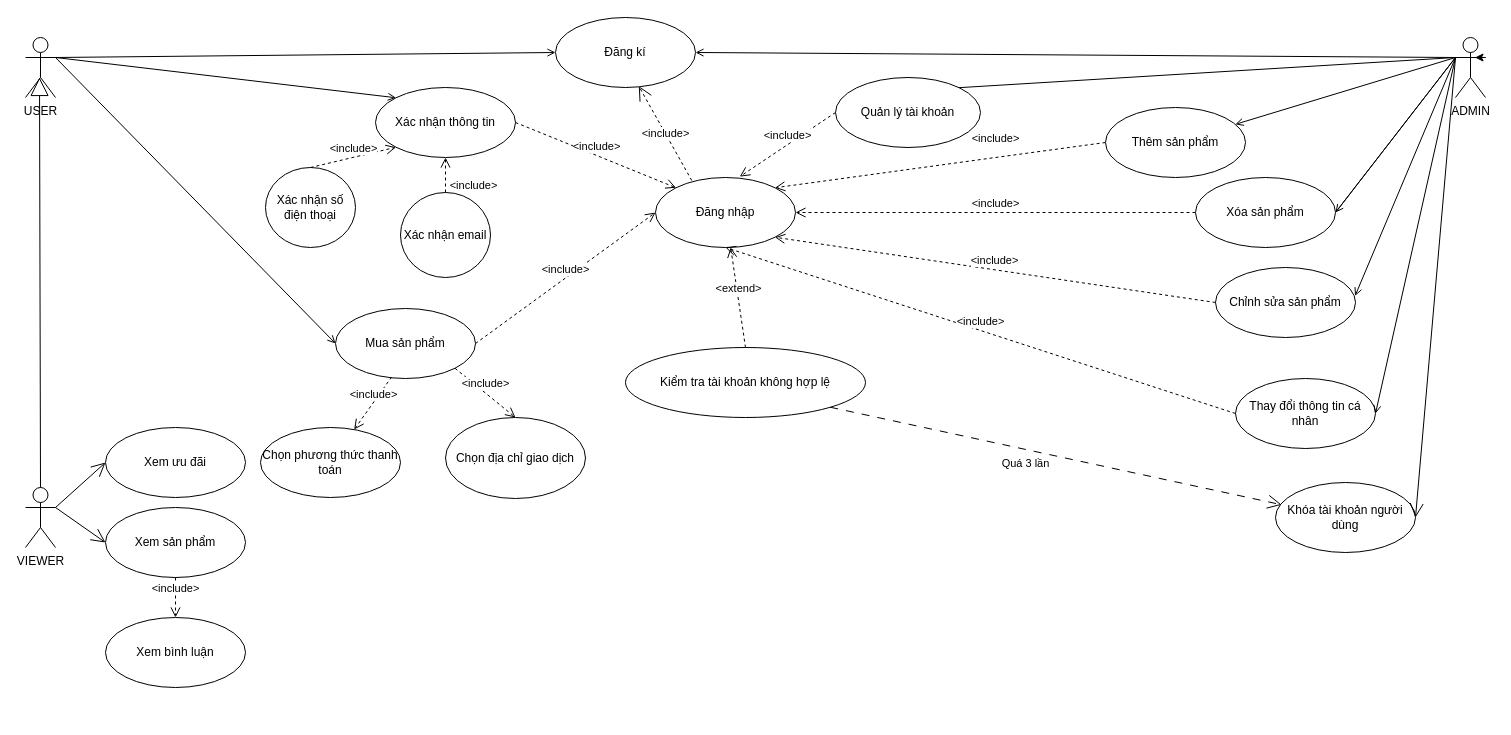
Earlier version of the draw.io diagram USECASE.drawio (LeeTaDa/LeTatDat). Source tidied: cells renumbered, new cells numbered last; positions are measured from the earlier drawing's top-left corner, leaving out a move shared by most shapes. Both pictures are drawn from the tidied source at 100%, with x=0, y=0 at pixel (25, 17).
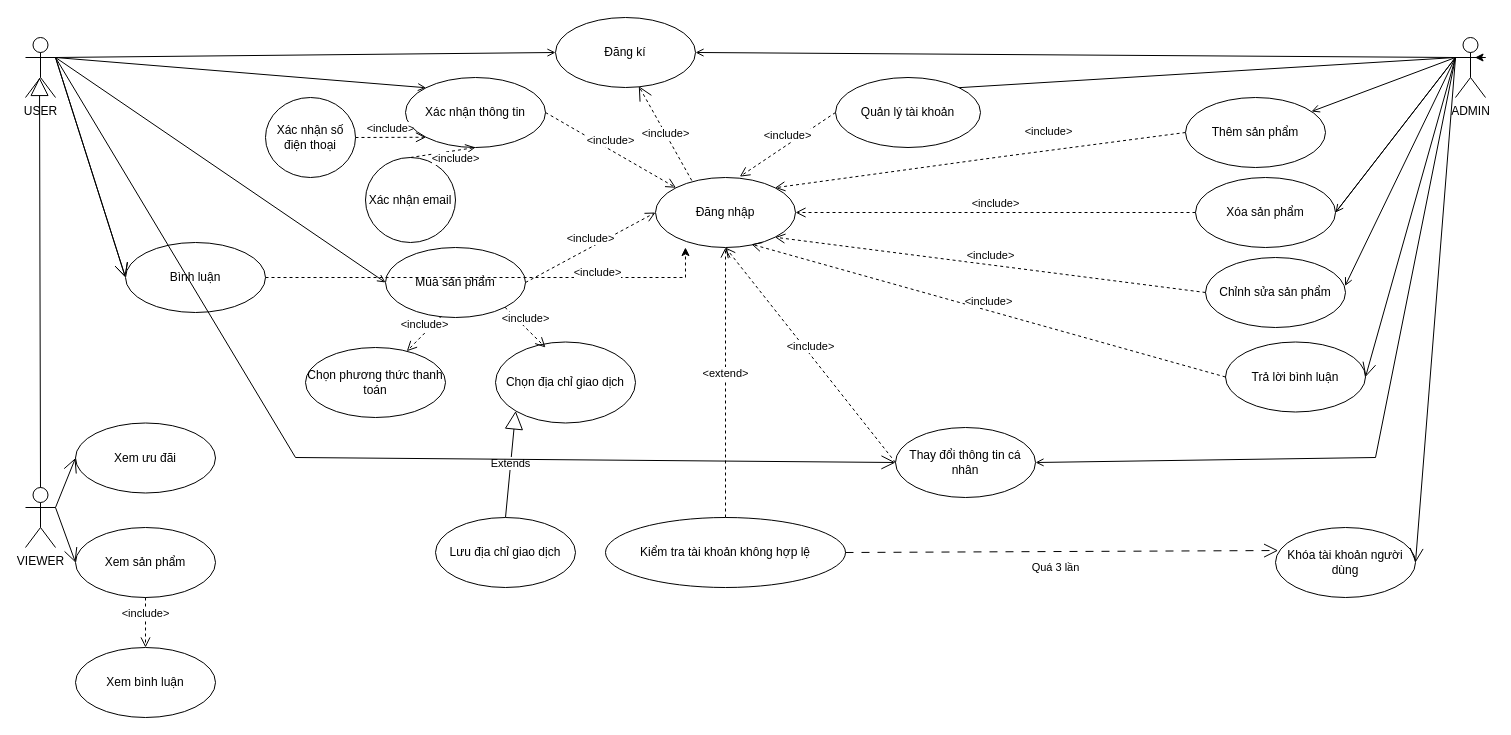
After the change.

The change refers to these unchanged cells:
```xml
<mxCell id="2" value="USER&lt;div&gt;&lt;br&gt;&lt;/div&gt;" style="shape=umlActor;verticalLabelPosition=bottom;verticalAlign=top;html=1;" parent="1" vertex="1">
  <mxGeometry y="20" width="30" height="60" as="geometry" />
</mxCell>
<mxCell id="6" value="ADMIN&lt;div&gt;&lt;br&gt;&lt;/div&gt;" style="shape=umlActor;verticalLabelPosition=bottom;verticalAlign=top;html=1;" parent="1" vertex="1">
  <mxGeometry x="1430" y="20" width="30" height="60" as="geometry" />
</mxCell>
<mxCell id="20" value="Đăng nhập" style="ellipse;whiteSpace=wrap;html=1;" parent="1" vertex="1">
  <mxGeometry x="630" y="160" width="140" height="70" as="geometry" />
</mxCell>
```

What changed in the source:
```diff
@@
     <mxCell id="4" value="Thay đổi thông tin cá nhân" style="ellipse;whiteSpace=wrap;html=1;" parent="1" vertex="1">
-      <mxGeometry x="1210" y="361" width="140" height="70" as="geometry" />
+      <mxGeometry x="870" y="410" width="140" height="70" as="geometry" />
     </mxCell>
     <mxCell id="5" value="Mua sản phẩm" style="ellipse;whiteSpace=wrap;html=1;" parent="1" vertex="1">
-      <mxGeometry x="310" y="291" width="140" height="70" as="geometry" />
+      <mxGeometry x="360" y="230" width="140" height="70" as="geometry" />
     </mxCell>
@@
     <mxCell id="10" style="endArrow=none;html=1;rounded=0;exitX=1;exitY=0.5;exitDx=0;exitDy=0;entryX=0;entryY=0.3333333333333333;entryDx=0;entryDy=0;entryPerimeter=0;startArrow=open;startFill=0;" parent="1" edge="1" source="4" target="6">
-      <mxGeometry relative="1" as="geometry" />
+      <mxGeometry relative="1" as="geometry">
+        <Array as="points">
+          <mxPoint x="1350" y="440" />
+        </Array>
+      </mxGeometry>
     </mxCell>
@@
     <mxCell id="12" value="Chỉnh sửa sản phẩm" style="ellipse;whiteSpace=wrap;html=1;" parent="1" vertex="1">
-      <mxGeometry x="1190" y="250" width="140" height="70" as="geometry" />
+      <mxGeometry x="1180" y="240" width="140" height="70" as="geometry" />
     </mxCell>
@@
     <mxCell id="19" value="Kiểm tra tài khoản không hợp lệ" style="ellipse;whiteSpace=wrap;html=1;" parent="1" vertex="1">
-      <mxGeometry x="600" y="330" width="240" height="70" as="geometry" />
+      <mxGeometry x="580" y="500" width="240" height="70" as="geometry" />
     </mxCell>
@@
     <mxCell id="30" value="Thêm sản phẩm" style="ellipse;whiteSpace=wrap;html=1;" parent="1" vertex="1">
-      <mxGeometry x="1080" y="90" width="140" height="70" as="geometry" />
+      <mxGeometry x="1160" y="80" width="140" height="70" as="geometry" />
     </mxCell>
@@
     <mxCell id="32" value="Xác nhận thông tin" style="ellipse;whiteSpace=wrap;html=1;" parent="1" vertex="1">
-      <mxGeometry x="350" y="70" width="140" height="70" as="geometry" />
+      <mxGeometry x="380" y="60" width="140" height="70" as="geometry" />
     </mxCell>
@@
     <mxCell id="34" value="Chọn&lt;span style=&quot;background-color: initial;&quot;&gt;&amp;nbsp;địa chỉ giao dịch&lt;/span&gt;" style="ellipse;whiteSpace=wrap;html=1;" parent="1" vertex="1">
-      <mxGeometry x="420" y="400" width="140" height="81" as="geometry" />
+      <mxGeometry x="470" y="324.5" width="140" height="81" as="geometry" />
     </mxCell>
     <mxCell id="35" value="Xác nhận số điện thoại" style="ellipse;whiteSpace=wrap;html=1;" parent="1" vertex="1">
-      <mxGeometry x="240" y="150" width="90" height="80" as="geometry" />
+      <mxGeometry x="240" y="80" width="90" height="80" as="geometry" />
     </mxCell>
     <mxCell id="36" value="Xác nhận email" style="ellipse;whiteSpace=wrap;html=1;" parent="1" vertex="1">
-      <mxGeometry x="375" y="175" width="90" height="85" as="geometry" />
+      <mxGeometry x="340" y="140" width="90" height="85" as="geometry" />
     </mxCell>
-    <mxCell id="37" value="&amp;lt;include&amp;gt;" style="html=1;verticalAlign=bottom;endArrow=open;dashed=1;endSize=8;curved=0;rounded=0;exitX=0.5;exitY=0;exitDx=0;exitDy=0;entryX=0;entryY=1;entryDx=0;entryDy=0;" parent="1" edge="1" source="35" target="32">
+    <mxCell id="37" value="&amp;lt;include&amp;gt;" style="html=1;verticalAlign=bottom;endArrow=open;dashed=1;endSize=8;curved=0;rounded=0;exitX=1;exitY=0.5;exitDx=0;exitDy=0;entryX=0;entryY=1;entryDx=0;entryDy=0;" parent="1" edge="1" source="35" target="32">
       <mxGeometry relative="1" as="geometry" />
     </mxCell>
     <mxCell id="38" value="&amp;lt;include&amp;gt;" style="html=1;verticalAlign=bottom;endArrow=open;dashed=1;endSize=8;curved=0;rounded=0;exitX=0.5;exitY=0;exitDx=0;exitDy=0;entryX=0.5;entryY=1;entryDx=0;entryDy=0;" parent="1" edge="1" source="36" target="32">
-      <mxGeometry x="-1" y="-27" relative="1" as="geometry">
-        <mxPoint x="1" y="2" as="offset" />
-      </mxGeometry>
+      <mxGeometry x="0.31" y="-17" relative="1" as="geometry" />
     </mxCell>
@@
     <mxCell id="41" value="Xem sản phẩm" style="ellipse;whiteSpace=wrap;html=1;" parent="1" vertex="1">
-      <mxGeometry x="80" y="490" width="140" height="70" as="geometry" />
+      <mxGeometry x="50" y="510" width="140" height="70" as="geometry" />
     </mxCell>
     <mxCell id="42" value="Xem bình luận" style="ellipse;whiteSpace=wrap;html=1;" parent="1" vertex="1">
-      <mxGeometry x="80" y="600" width="140" height="70" as="geometry" />
+      <mxGeometry x="50" y="630" width="140" height="70" as="geometry" />
     </mxCell>
     <mxCell id="43" value="Xem ưu đãi" style="ellipse;whiteSpace=wrap;html=1;" parent="1" vertex="1">
-      <mxGeometry x="80" y="410" width="140" height="70" as="geometry" />
+      <mxGeometry x="50" y="405.5" width="140" height="70" as="geometry" />
     </mxCell>
@@
     <mxCell id="47" value="Chọn phương thức thanh toán" style="ellipse;whiteSpace=wrap;html=1;" parent="1" vertex="1">
-      <mxGeometry x="235" y="410" width="140" height="70" as="geometry" />
+      <mxGeometry x="280" y="330" width="140" height="70" as="geometry" />
     </mxCell>
-    <mxCell id="48" value="&amp;lt;include&amp;gt;" style="html=1;verticalAlign=bottom;endArrow=open;dashed=1;endSize=8;curved=0;rounded=0;exitX=1;exitY=1;exitDx=0;exitDy=0;entryX=0.5;entryY=0;entryDx=0;entryDy=0;" parent="1" edge="1" source="5" target="34">
-      <mxGeometry relative="1" as="geometry" />
+    <mxCell id="48" value="&amp;lt;include&amp;gt;" style="html=1;verticalAlign=bottom;endArrow=open;dashed=1;endSize=8;curved=0;rounded=0;exitX=1;exitY=1;exitDx=0;exitDy=0;" parent="1" edge="1" source="5">
+      <mxGeometry relative="1" as="geometry">
+        <mxPoint x="520" y="330" as="targetPoint" />
+      </mxGeometry>
     </mxCell>
@@
     <mxCell id="50" value="Khóa tài khoản người dùng" style="ellipse;whiteSpace=wrap;html=1;" parent="1" vertex="1">
-      <mxGeometry x="1250" y="465" width="140" height="70" as="geometry" />
+      <mxGeometry x="1250" y="510" width="140" height="70" as="geometry" />
     </mxCell>
@@
-    <mxCell id="52" style="endArrow=open;endFill=1;endSize=12;html=1;rounded=0;exitX=1;exitY=1;exitDx=0;exitDy=0;entryX=0.044;entryY=0.318;entryDx=0;entryDy=0;entryPerimeter=0;dashed=1;dashPattern=8 8;" parent="1" edge="1" source="19" target="50">
+    <mxCell id="52" style="endArrow=open;endFill=1;endSize=12;html=1;rounded=0;exitX=1;exitY=0.5;exitDx=0;exitDy=0;entryX=0.019;entryY=0.329;entryDx=0;entryDy=0;entryPerimeter=0;dashed=1;dashPattern=8 8;" parent="1" edge="1" source="19" target="50">
       <mxGeometry relative="1" as="geometry" />
     </mxCell>
     <mxCell id="53" value="Quá 3 lần" style="edgeLabel;html=1;align=center;verticalAlign=middle;" parent="52" vertex="1">
       <mxGeometry x="-0.82" y="-6" relative="1" as="geometry">
-        <mxPoint x="155" y="41" as="offset" />
+        <mxPoint x="170" y="9" as="offset" />
       </mxGeometry>
     </mxCell>
+    <mxCell id="54" value="Extends" style="endArrow=block;endSize=16;endFill=0;html=1;rounded=0;entryX=0;entryY=1;entryDx=0;entryDy=0;exitX=0.5;exitY=0;exitDx=0;exitDy=0;" parent="1" edge="1" source="55" target="34">
+      <mxGeometry relative="1" as="geometry" />
+    </mxCell>
+    <mxCell id="55" value="Lưu địa chỉ giao dịch" style="ellipse;whiteSpace=wrap;html=1;" parent="1" vertex="1">
+      <mxGeometry x="410" y="500" width="140" height="70" as="geometry" />
+    </mxCell>
+    <mxCell id="56" style="endArrow=open;endFill=1;endSize=12;html=1;rounded=0;exitX=1;exitY=0.3333333333333333;exitDx=0;exitDy=0;exitPerimeter=0;entryX=0;entryY=0.5;entryDx=0;entryDy=0;" parent="1" edge="1" source="2" target="58">
+      <mxGeometry relative="1" as="geometry" />
+    </mxCell>
+    <mxCell id="57" style="endArrow=open;endFill=1;endSize=12;html=1;rounded=0;exitX=1;exitY=0.3333333333333333;exitDx=0;exitDy=0;exitPerimeter=0;entryX=0;entryY=0.5;entryDx=0;entryDy=0;" parent="1" edge="1" source="2" target="58">
+      <mxGeometry relative="1" as="geometry" />
+    </mxCell>
+    <mxCell id="58" value="Bình luận" style="ellipse;whiteSpace=wrap;html=1;" parent="1" vertex="1">
+      <mxGeometry x="100" y="225" width="140" height="70" as="geometry" />
+    </mxCell>
+    <mxCell id="59" style="endArrow=open;endFill=1;endSize=12;html=1;rounded=0;entryX=0;entryY=0.5;entryDx=0;entryDy=0;exitX=1;exitY=0.3333333333333333;exitDx=0;exitDy=0;exitPerimeter=0;" parent="1" edge="1" source="2" target="4">
+      <mxGeometry relative="1" as="geometry">
+        <Array as="points">
+          <mxPoint x="270" y="440" />
+        </Array>
+      </mxGeometry>
+    </mxCell>
+    <mxCell id="60" style="edgeStyle=orthogonalEdgeStyle;rounded=0;jettySize=auto;html=1;entryX=0.214;entryY=1;entryDx=0;entryDy=0;entryPerimeter=0;dashed=1;" parent="1" edge="1" source="58" target="20">
+      <mxGeometry relative="1" as="geometry" />
+    </mxCell>
+    <mxCell id="61" value="&amp;lt;include&amp;gt;" style="edgeLabel;html=1;align=center;verticalAlign=middle;" parent="60" vertex="1">
+      <mxGeometry x="0.47" y="6" relative="1" as="geometry" />
+    </mxCell>
+    <mxCell id="62" value="Trả lời bình luận" style="ellipse;whiteSpace=wrap;html=1;" parent="1" vertex="1">
+      <mxGeometry x="1200" y="324.5" width="140" height="70" as="geometry" />
+    </mxCell>
+    <mxCell id="63" style="endArrow=open;endFill=1;endSize=12;html=1;rounded=0;exitX=0;exitY=0.3333333333333333;exitDx=0;exitDy=0;exitPerimeter=0;entryX=1;entryY=0.5;entryDx=0;entryDy=0;" parent="1" edge="1" source="6" target="62">
+      <mxGeometry relative="1" as="geometry" />
+    </mxCell>
+    <mxCell id="64" value="&amp;lt;include&amp;gt;" style="html=1;verticalAlign=bottom;endArrow=open;dashed=1;endSize=8;curved=0;rounded=0;entryX=0.685;entryY=0.953;entryDx=0;entryDy=0;entryPerimeter=0;exitX=0;exitY=0.5;exitDx=0;exitDy=0;" parent="1" edge="1" source="62" target="20">
+      <mxGeometry relative="1" as="geometry" />
+    </mxCell>
```
